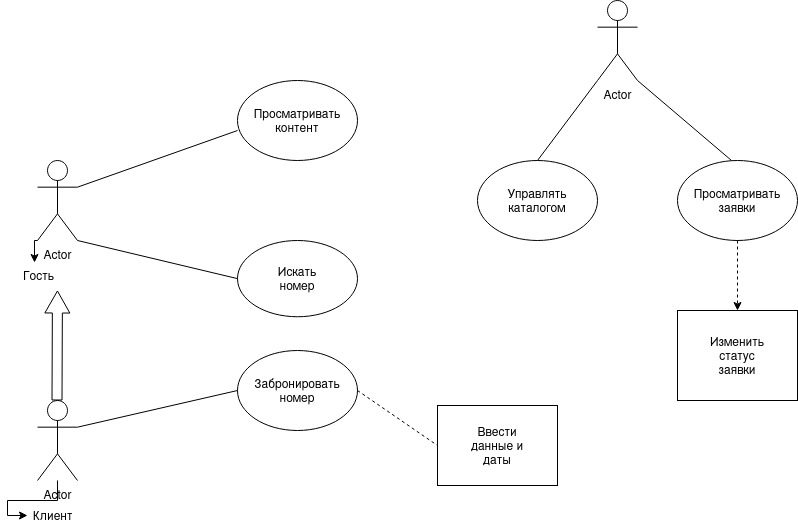
The draw.io diagram Гостиница.drawio.png in Elb-b/elb-b.github.io, before a commit. Source tidied: cells renumbered, new cells last; positions are measured from the earlier drawing's top-left corner, leaving out a move shared by most shapes.
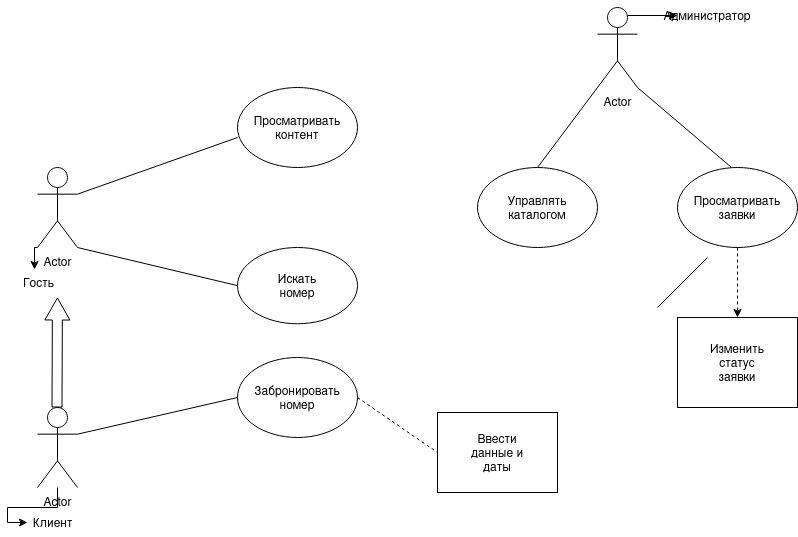
After the change.

Diff of the diagram source:
```diff
@@ -63,6 +63,9 @@
     <mxCell id="20" value="Ввести данные и даты" style="text;html=1;whiteSpace=wrap;strokeColor=none;fillColor=none;align=center;verticalAlign=middle;rounded=0;" parent="1" vertex="1">
       <mxGeometry x="450" y="430" width="60" height="30" as="geometry" />
     </mxCell>
+    <mxCell id="31" style="edgeStyle=orthogonalEdgeStyle;rounded=0;jettySize=auto;html=1;exitX=0.75;exitY=0.1;exitDx=0;exitDy=0;exitPerimeter=0;" parent="1" edge="1" source="21" target="33">
+      <mxGeometry relative="1" as="geometry" />
+    </mxCell>
     <mxCell id="21" value="Actor" style="shape=umlActor;verticalLabelPosition=bottom;verticalAlign=top;html=1;outlineConnect=0;" parent="1" vertex="1">
       <mxGeometry x="580" width="40" height="80" as="geometry" />
     </mxCell>
@@ -95,5 +98,14 @@
     <mxCell id="30" style="endArrow=classic;dashed=1;html=1;rounded=0;endFill=1;exitX=0.5;exitY=1;exitDx=0;exitDy=0;entryX=0.5;entryY=0;entryDx=0;entryDy=0;" parent="1" edge="1" source="23" target="28">
       <mxGeometry relative="1" as="geometry" />
     </mxCell>
+    <mxCell id="32" style="endArrow=none;html=1;rounded=0;" parent="1" edge="1">
+      <mxGeometry relative="1" as="geometry">
+        <mxPoint x="640" y="300" as="sourcePoint" />
+        <mxPoint x="690" y="250" as="targetPoint" />
+      </mxGeometry>
+    </mxCell>
+    <mxCell id="33" value="Администратор" style="text;html=1;whiteSpace=wrap;strokeColor=none;fillColor=none;align=center;verticalAlign=middle;rounded=0;" parent="1" vertex="1">
+      <mxGeometry x="660" y="-7" width="60" height="30" as="geometry" />
+    </mxCell>
   </root>
 </mxGraphModel>
```
